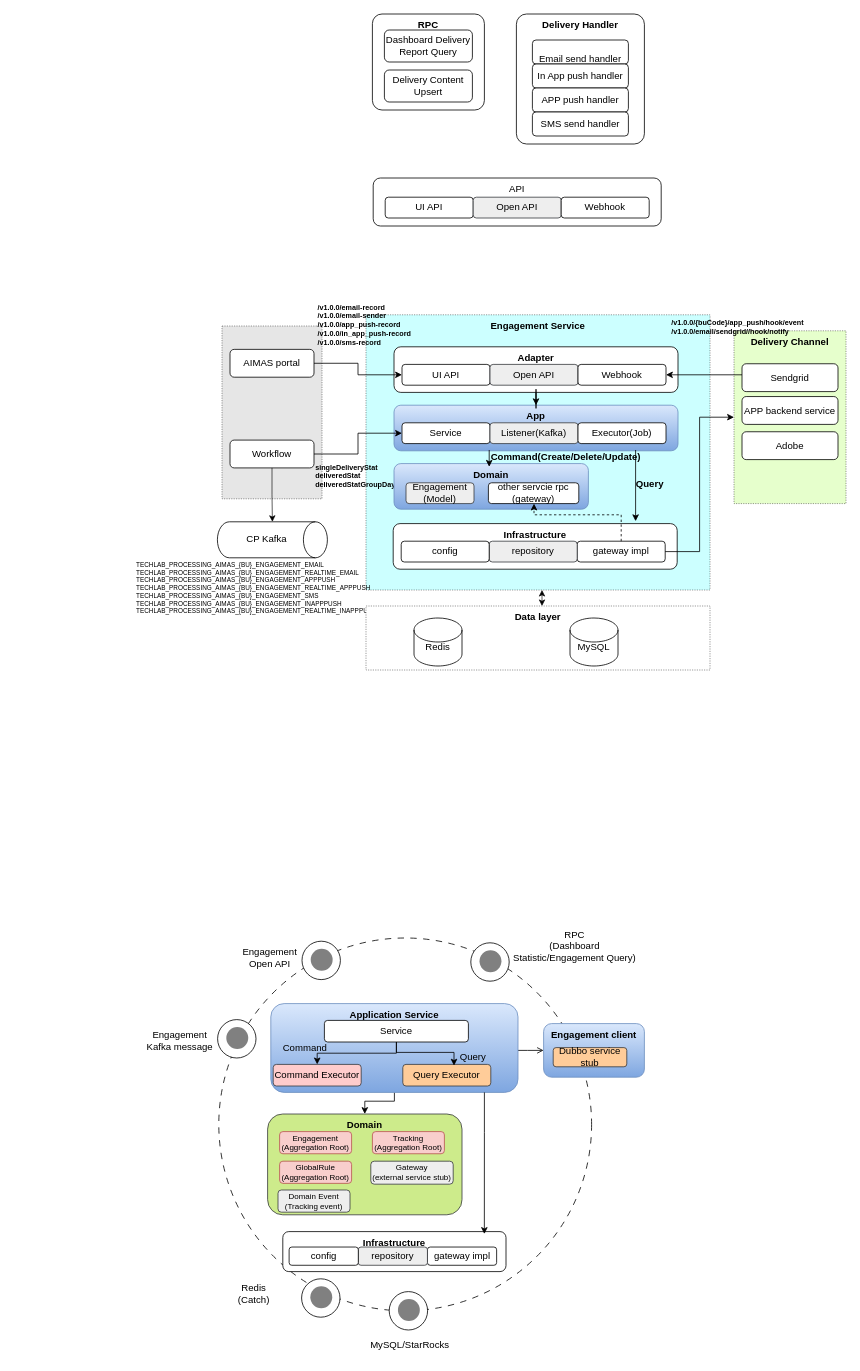
The draw.io diagram techlab/aimas engagement.drawio in qiufang1314/drawio, before the edit. Source tidied: cells renumbered, new cells numbered last; positions are measured from the earlier drawing's top-left corner, leaving out a move shared by most shapes. Both pictures are drawn from the tidied source at 80%, with x=0, y=0 at pixel (134, 14).
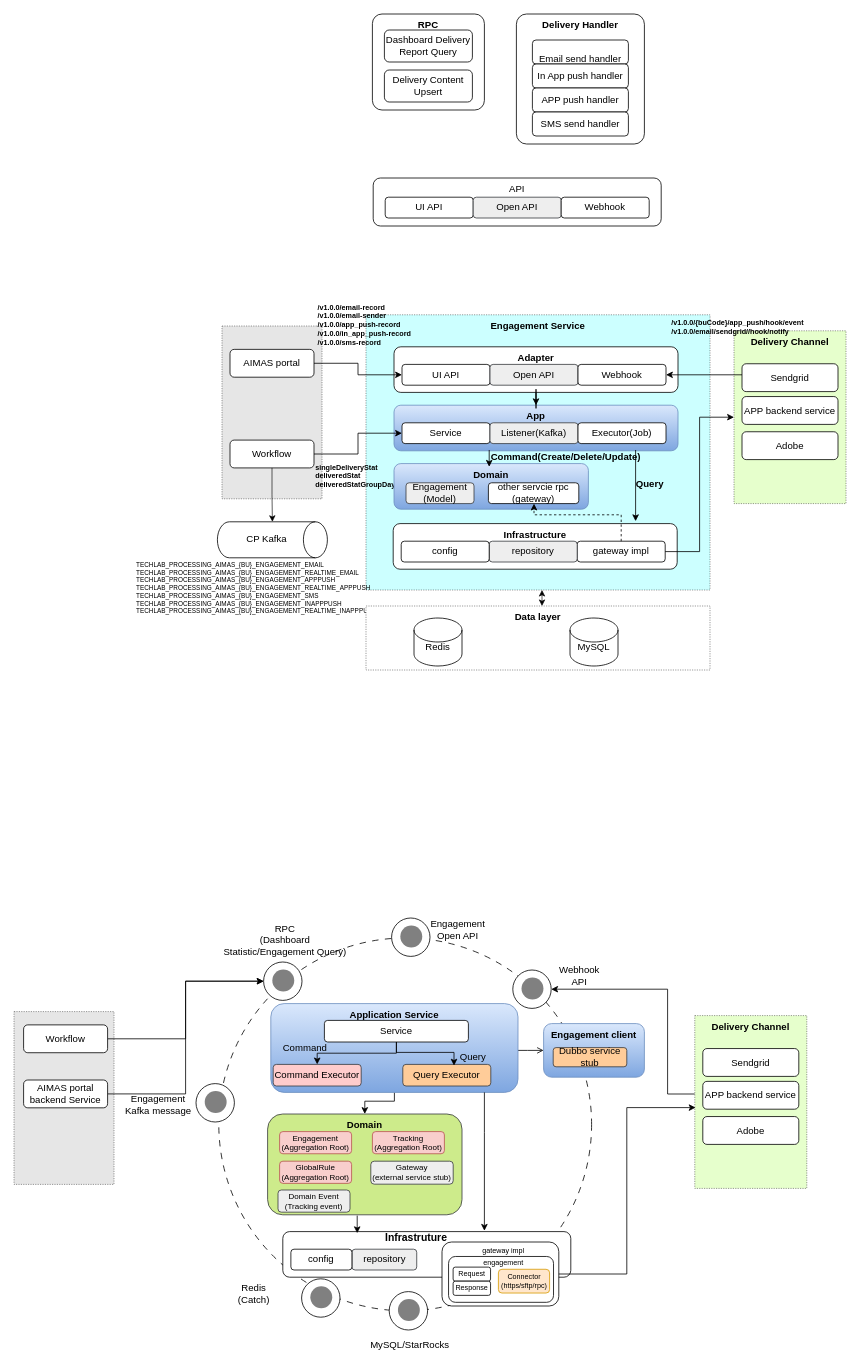
After the change.

The change refers to these unchanged cells:
```xml
<mxCell id="72" style="ellipse;whiteSpace=wrap;html=1;" parent="71" vertex="1">
  <mxGeometry width="48" height="48" as="geometry" />
</mxCell>
<mxCell id="85" value="Application Service" style="rounded=1;whiteSpace=wrap;html=1;align=center;verticalAlign=top;fontStyle=1;fillColor=#dae8fc;strokeColor=#6c8ebf;gradientColor=#7ea6e0;" parent="1" vertex="1">
  <mxGeometry x="171" y="1237" width="309" height="111" as="geometry" />
</mxCell>
```

Change to the diagram source:
```diff
@@
     <mxCell id="67" style="group;" parent="1" vertex="1">
-      <mxGeometry x="210" y="1159" width="51" height="48" as="geometry" />
+      <mxGeometry x="322" y="1130" width="51" height="48" as="geometry" />
     </mxCell>
@@
     <mxCell id="70" value="Engagement Open API" style="text;html=1;align=center;verticalAlign=middle;whiteSpace=wrap;rounded=0;" parent="1" vertex="1">
-      <mxGeometry x="140" y="1165" width="60" height="30" as="geometry" />
+      <mxGeometry x="374.5" y="1130" width="60" height="30" as="geometry" />
     </mxCell>
     <mxCell id="71" style="group;" parent="1" vertex="1">
-      <mxGeometry x="421" y="1161" width="51" height="48" as="geometry" />
+      <mxGeometry x="162" y="1185" width="51" height="48" as="geometry" />
     </mxCell>
@@
     <mxCell id="74" value="RPC&lt;div&gt;(Dashboard Statistic/Engagement Query)&lt;/div&gt;" style="text;html=1;align=center;verticalAlign=middle;whiteSpace=wrap;rounded=0;" parent="1" vertex="1">
-      <mxGeometry x="470" y="1150" width="162" height="30" as="geometry" />
+      <mxGeometry x="108" y="1143" width="162" height="30" as="geometry" />
     </mxCell>
@@
     <mxCell id="79" style="group;" parent="1" vertex="1">
-      <mxGeometry x="104.5" y="1257" width="51" height="48" as="geometry" />
+      <mxGeometry x="77.5" y="1337" width="51" height="48" as="geometry" />
     </mxCell>
@@
     <mxCell id="82" value="Engagement Kafka message" style="text;html=1;align=center;verticalAlign=middle;whiteSpace=wrap;rounded=0;" parent="1" vertex="1">
-      <mxGeometry x="9" y="1268" width="97" height="30" as="geometry" />
+      <mxGeometry x="-18" y="1348" width="97" height="30" as="geometry" />
     </mxCell>
@@
     <mxCell id="100" style="group;" parent="1" vertex="1">
-      <mxGeometry x="186" y="1522" width="279" height="50" as="geometry" />
+      <mxGeometry x="186" y="1522" width="360" height="57" as="geometry" />
     </mxCell>
-    <mxCell id="101" value="Infrastructure" style="rounded=1;whiteSpace=wrap;html=1;align=center;verticalAlign=top;fontStyle=1;" parent="100" vertex="1">
-      <mxGeometry width="279" height="50" as="geometry" />
+    <mxCell id="101" style="rounded=1;whiteSpace=wrap;html=1;align=center;verticalAlign=top;fontStyle=1;" parent="100" vertex="1">
+      <mxGeometry width="360" height="57" as="geometry" />
     </mxCell>
-    <mxCell id="102" value="gateway impl" style="rounded=1;whiteSpace=wrap;html=1;" parent="100" vertex="1">
-      <mxGeometry x="180.8" y="19.3" width="86.5" height="22.8" as="geometry" />
-    </mxCell>
     <mxCell id="103" value="repository" style="rounded=1;whiteSpace=wrap;html=1;fillColor=#eeeeee;strokeColor=#36393d;" parent="100" vertex="1">
-      <mxGeometry x="94.3" y="19.3" width="86.5" height="22.8" as="geometry" />
+      <mxGeometry x="86.5" y="22" width="80.9" height="26" as="geometry" />
     </mxCell>
     <mxCell id="104" value="config" style="rounded=1;whiteSpace=wrap;html=1;" parent="100" vertex="1">
-      <mxGeometry x="7.9" y="19.3" width="86.5" height="22.8" as="geometry" />
+      <mxGeometry x="10.1" y="22" width="76.3" height="26" as="geometry" />
     </mxCell>
+    <mxCell id="111" value="Infrastruture" style="text;html=1;align=center;verticalAlign=middle;whiteSpace=wrap;rounded=0;fontStyle=1;fontSize=13;" parent="100" vertex="1">
+      <mxGeometry x="138.8" y="-8" width="55.5" height="30" as="geometry" />
+    </mxCell>
@@
-    <mxCell id="110" style="edgeStyle=orthogonalEdgeStyle;rounded=0;jettySize=auto;html=1;entryX=0.903;entryY=0.06;entryDx=0;entryDy=0;entryPerimeter=0;" parent="1" edge="1" source="85" target="101">
+    <mxCell id="110" style="edgeStyle=orthogonalEdgeStyle;rounded=0;jettySize=auto;html=1;" parent="1" edge="1" source="85">
       <mxGeometry relative="1" as="geometry">
+        <mxPoint x="438" y="1521" as="targetPoint" />
         <Array as="points">
           <mxPoint x="438" y="1398" />
           <mxPoint x="438" y="1398" />
         </Array>
       </mxGeometry>
     </mxCell>
+    <mxCell id="112" style="group;" parent="1" vertex="1">
+      <mxGeometry x="473.5" y="1195" width="51" height="48" as="geometry" />
+    </mxCell>
+    <mxCell id="113" style="ellipse;whiteSpace=wrap;html=1;" parent="112" vertex="1">
+      <mxGeometry width="48" height="48" as="geometry" />
+    </mxCell>
+    <mxCell id="114" style="ellipse;whiteSpace=wrap;html=1;fillColor=#808080;strokeColor=none;" parent="112" vertex="1">
+      <mxGeometry x="10.9" y="9.4" width="27.4" height="27.4" as="geometry" />
+    </mxCell>
+    <mxCell id="115" value="Webhook API" style="text;html=1;align=center;verticalAlign=middle;whiteSpace=wrap;rounded=0;" parent="1" vertex="1">
+      <mxGeometry x="527" y="1187" width="60" height="30" as="geometry" />
+    </mxCell>
+    <mxCell id="116" style="edgeStyle=orthogonalEdgeStyle;rounded=0;jettySize=auto;html=1;entryX=1;entryY=0.5;entryDx=0;entryDy=0;" parent="1" edge="1" source="117" target="113">
+      <mxGeometry relative="1" as="geometry">
+        <Array as="points">
+          <mxPoint x="667" y="1350" />
+          <mxPoint x="667" y="1219" />
+        </Array>
+      </mxGeometry>
+    </mxCell>
+    <mxCell id="117" value="Delivery Channel" style="rounded=0;whiteSpace=wrap;html=1;verticalAlign=top;dashed=1;strokeWidth=0.5;fillColor=#E6FFCC;fontStyle=1;" parent="1" vertex="1">
+      <mxGeometry x="701" y="1252" width="140" height="216" as="geometry" />
+    </mxCell>
+    <mxCell id="118" value="APP backend service" style="rounded=1;whiteSpace=wrap;html=1;" parent="1" vertex="1">
+      <mxGeometry x="711" y="1334.2" width="120" height="34.8" as="geometry" />
+    </mxCell>
+    <mxCell id="119" value="Sendgrid" style="rounded=1;whiteSpace=wrap;html=1;" parent="1" vertex="1">
+      <mxGeometry x="711" y="1293.2" width="120" height="34.8" as="geometry" />
+    </mxCell>
+    <mxCell id="120" value="Adobe" style="rounded=1;whiteSpace=wrap;html=1;" parent="1" vertex="1">
+      <mxGeometry x="711" y="1378.2" width="120" height="34.8" as="geometry" />
+    </mxCell>
+    <mxCell id="121" style="group;fontSize=9;" parent="1" vertex="1">
+      <mxGeometry x="385" y="1535" width="146" height="80" as="geometry" />
+    </mxCell>
+    <mxCell id="122" style="rounded=1;whiteSpace=wrap;html=1;verticalAlign=top;fontSize=9;" parent="121" vertex="1">
+      <mxGeometry width="146" height="80" as="geometry" />
+    </mxCell>
+    <mxCell id="123" style="rounded=1;whiteSpace=wrap;html=1;verticalAlign=top;fontSize=9;" parent="121" vertex="1">
+      <mxGeometry x="8.2" y="18.1" width="131.2" height="57.3" as="geometry" />
+    </mxCell>
+    <mxCell id="124" value="Connector&lt;div&gt;(https/sftp/rpc)&lt;/div&gt;" style="rounded=1;whiteSpace=wrap;html=1;fontSize=9;fillColor=#ffe6cc;strokeColor=#d79b00;" parent="121" vertex="1">
+      <mxGeometry x="70.5" y="34.1" width="64" height="29.7" as="geometry" />
+    </mxCell>
+    <mxCell id="125" value="Request" style="rounded=1;whiteSpace=wrap;html=1;fontSize=9;" parent="121" vertex="1">
+      <mxGeometry x="13.9" y="31.4" width="46.8" height="17.5" as="geometry" />
+    </mxCell>
+    <mxCell id="126" value="Response" style="rounded=1;whiteSpace=wrap;html=1;fontSize=9;" parent="121" vertex="1">
+      <mxGeometry x="13.9" y="49" width="46.8" height="17.7" as="geometry" />
+    </mxCell>
+    <mxCell id="102" value="gateway impl" style="text;html=1;align=center;verticalAlign=middle;whiteSpace=wrap;rounded=0;fontStyle=0;fontSize=9;" parent="121" vertex="1">
+      <mxGeometry x="32.8" y="-2.9" width="87.8" height="28.6" as="geometry" />
+    </mxCell>
+    <mxCell id="127" value="engagement" style="text;html=1;align=center;verticalAlign=middle;whiteSpace=wrap;rounded=0;fontStyle=0;fontSize=9;" parent="121" vertex="1">
+      <mxGeometry x="32.8" y="12" width="87.8" height="28.6" as="geometry" />
+    </mxCell>
+    <mxCell id="128" style="edgeStyle=orthogonalEdgeStyle;rounded=0;jettySize=auto;html=1;" parent="1" edge="1" source="122">
+      <mxGeometry relative="1" as="geometry">
+        <mxPoint x="702" y="1367" as="targetPoint" />
+        <Array as="points">
+          <mxPoint x="616" y="1575" />
+          <mxPoint x="616" y="1367" />
+          <mxPoint x="702" y="1367" />
+        </Array>
+      </mxGeometry>
+    </mxCell>
+    <mxCell id="129" style="rounded=0;whiteSpace=wrap;html=1;dashed=1;strokeWidth=0.5;fillColor=#E6E6E6;" parent="1" vertex="1">
+      <mxGeometry x="-150" y="1247" width="125" height="216" as="geometry" />
+    </mxCell>
+    <mxCell id="130" style="edgeStyle=orthogonalEdgeStyle;rounded=0;jettySize=auto;html=1;entryX=0;entryY=0.5;entryDx=0;entryDy=0;" parent="1" edge="1" source="131" target="72">
+      <mxGeometry relative="1" as="geometry" />
+    </mxCell>
+    <mxCell id="131" value="Workflow" style="rounded=1;whiteSpace=wrap;html=1;" parent="1" vertex="1">
+      <mxGeometry x="-138" y="1263.6" width="105" height="34.8" as="geometry" />
+    </mxCell>
+    <mxCell id="132" style="edgeStyle=orthogonalEdgeStyle;rounded=0;jettySize=auto;html=1;entryX=0;entryY=0.5;entryDx=0;entryDy=0;" parent="1" edge="1" source="133" target="72">
+      <mxGeometry relative="1" as="geometry" />
+    </mxCell>
+    <mxCell id="133" value="AIMAS portal backend Service" style="rounded=1;whiteSpace=wrap;html=1;" parent="1" vertex="1">
+      <mxGeometry x="-138" y="1332.5" width="105" height="34.8" as="geometry" />
+    </mxCell>
+    <mxCell id="134" style="endArrow=classic;html=1;rounded=0;" parent="1" edge="1">
+      <mxGeometry relative="1" as="geometry">
+        <mxPoint x="279" y="1502" as="sourcePoint" />
+        <mxPoint x="279" y="1524" as="targetPoint" />
+      </mxGeometry>
+    </mxCell>
```
